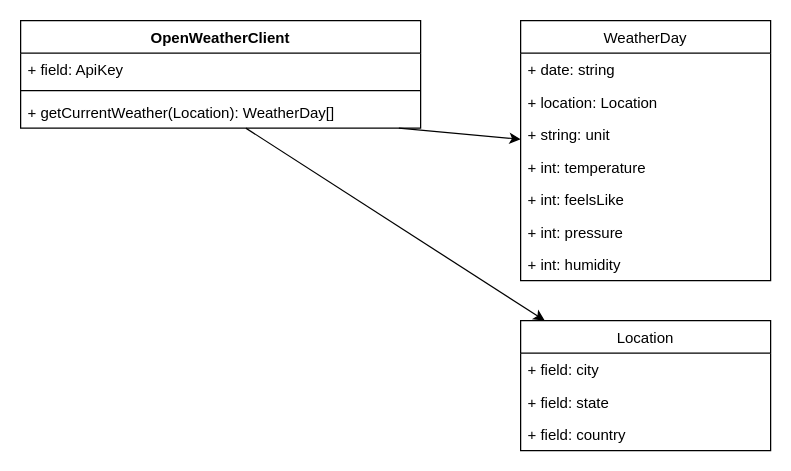
Earlier version of the draw.io diagram assets/Package.drawio (annshress/my-package). Source tidied: cells renumbered, new cells numbered last; positions are measured from the earlier drawing's top-left corner, leaving out a move shared by most shapes. Both pictures are drawn from the tidied source at 125%, with x=0, y=0 at pixel (20, 20).
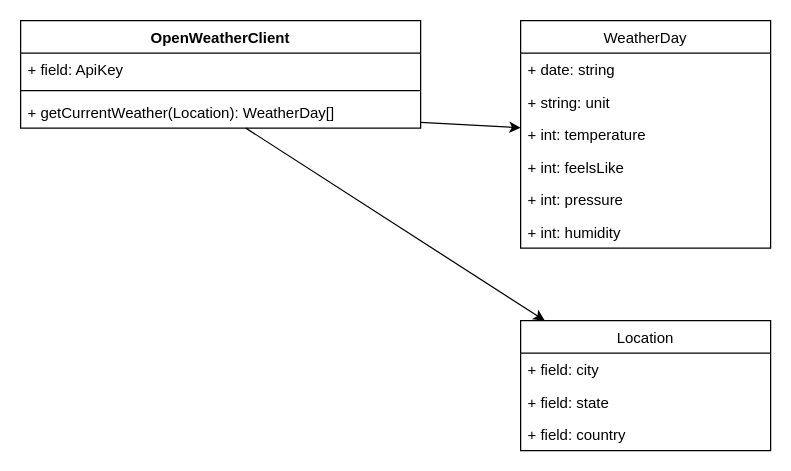
Above is the later version.

The edit, as a diff of the source:
```diff
@@
 <mxGraphModel>
   <root>
     <mxCell id="0" />
     <mxCell id="1" parent="0" />
     <mxCell id="2" value="OpenWeatherClient" style="swimlane;fontStyle=1;align=center;verticalAlign=top;horizontal=1;startSize=26;" parent="1" vertex="1">
       <mxGeometry width="320" height="86" as="geometry" />
     </mxCell>
     <mxCell id="3" value="+ field: ApiKey" style="text;strokeColor=none;fillColor=none;align=left;verticalAlign=top;spacingLeft=4;spacingRight=4;overflow=hidden;" parent="2" vertex="1">
       <mxGeometry y="26" width="320" height="26" as="geometry" />
     </mxCell>
     <mxCell id="4" style="line;strokeWidth=1;fillColor=none;align=left;verticalAlign=middle;spacingTop=-1;spacingLeft=3;spacingRight=3;labelPosition=right;" parent="2" vertex="1">
       <mxGeometry y="52" width="320" height="8" as="geometry" />
     </mxCell>
     <mxCell id="5" value="+ getCurrentWeather(Location): WeatherDay[]" style="text;strokeColor=none;fillColor=none;align=left;verticalAlign=top;spacingLeft=4;spacingRight=4;overflow=hidden;points=[[0,0.5],[1,0.5]];portConstraint=eastwest;" parent="2" vertex="1">
       <mxGeometry y="60" width="320" height="26" as="geometry" />
     </mxCell>
     <mxCell id="6" value="WeatherDay" style="swimlane;fontStyle=0;horizontal=1;startSize=26;fillColor=none;" parent="1" vertex="1">
-      <mxGeometry x="400" width="200" height="208" as="geometry" />
+      <mxGeometry x="400" width="200" height="182" as="geometry" />
     </mxCell>
     <mxCell id="7" value="+ date: string" style="text;strokeColor=none;fillColor=none;align=left;verticalAlign=top;spacingLeft=4;spacingRight=4;overflow=hidden;" parent="6" vertex="1">
       <mxGeometry y="26" width="200" height="26" as="geometry" />
     </mxCell>
-    <mxCell id="8" value="+ location: Location" style="text;strokeColor=none;fillColor=none;align=left;verticalAlign=top;spacingLeft=4;spacingRight=4;overflow=hidden;" parent="6" vertex="1">
-      <mxGeometry y="52" width="200" height="26" as="geometry" />
-    </mxCell>
     <mxCell id="9" value="+ string: unit" style="text;strokeColor=none;fillColor=none;align=left;verticalAlign=top;spacingLeft=4;spacingRight=4;overflow=hidden;" parent="6" vertex="1">
-      <mxGeometry y="78" width="200" height="26" as="geometry" />
+      <mxGeometry y="52" width="200" height="26" as="geometry" />
     </mxCell>
     <mxCell id="10" value="+ int: temperature" style="text;strokeColor=none;fillColor=none;align=left;verticalAlign=top;spacingLeft=4;spacingRight=4;overflow=hidden;" parent="6" vertex="1">
-      <mxGeometry y="104" width="200" height="26" as="geometry" />
+      <mxGeometry y="78" width="200" height="26" as="geometry" />
     </mxCell>
     <mxCell id="11" value="+ int: feelsLike" style="text;strokeColor=none;fillColor=none;align=left;verticalAlign=top;spacingLeft=4;spacingRight=4;overflow=hidden;" parent="6" vertex="1">
-      <mxGeometry y="130" width="200" height="26" as="geometry" />
+      <mxGeometry y="104" width="200" height="26" as="geometry" />
     </mxCell>
     <mxCell id="12" value="+ int: pressure&#10;" style="text;strokeColor=none;fillColor=none;align=left;verticalAlign=top;spacingLeft=4;spacingRight=4;overflow=hidden;" parent="6" vertex="1">
-      <mxGeometry y="156" width="200" height="26" as="geometry" />
+      <mxGeometry y="130" width="200" height="26" as="geometry" />
     </mxCell>
     <mxCell id="13" value="+ int: humidity&#10;" style="text;strokeColor=none;fillColor=none;align=left;verticalAlign=top;spacingLeft=4;spacingRight=4;overflow=hidden;" parent="6" vertex="1">
-      <mxGeometry y="182" width="200" height="26" as="geometry" />
+      <mxGeometry y="156" width="200" height="26" as="geometry" />
     </mxCell>
     <mxCell id="14" value="Location" style="swimlane;fontStyle=0;horizontal=1;startSize=26;fillColor=none;" parent="1" vertex="1">
       <mxGeometry x="400" y="240" width="200" height="104" as="geometry" />
     </mxCell>
     <mxCell id="15" value="+ field: city" style="text;strokeColor=none;fillColor=none;align=left;verticalAlign=top;spacingLeft=4;spacingRight=4;overflow=hidden;" parent="14" vertex="1">
       <mxGeometry y="26" width="200" height="26" as="geometry" />
     </mxCell>
     <mxCell id="16" value="+ field: state" style="text;strokeColor=none;fillColor=none;align=left;verticalAlign=top;spacingLeft=4;spacingRight=4;overflow=hidden;" parent="14" vertex="1">
       <mxGeometry y="52" width="200" height="26" as="geometry" />
     </mxCell>
     <mxCell id="17" value="+ field: country&#10;" style="text;strokeColor=none;fillColor=none;align=left;verticalAlign=top;spacingLeft=4;spacingRight=4;overflow=hidden;" parent="14" vertex="1">
       <mxGeometry y="78" width="200" height="26" as="geometry" />
     </mxCell>
     <mxCell id="18" style="edgeStyle=none;html=1;" parent="1" edge="1" source="5" target="6">
       <mxGeometry relative="1" as="geometry" />
     </mxCell>
     <mxCell id="19" style="edgeStyle=none;html=1;" parent="1" edge="1" source="5" target="14">
       <mxGeometry relative="1" as="geometry" />
     </mxCell>
   </root>
 </mxGraphModel>
```
